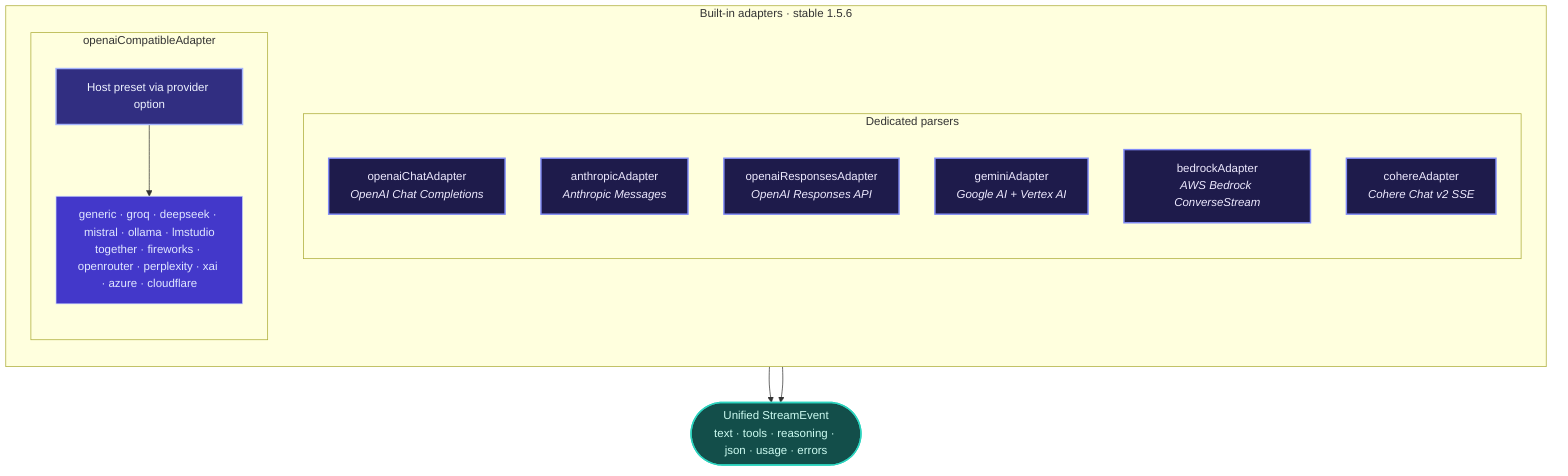
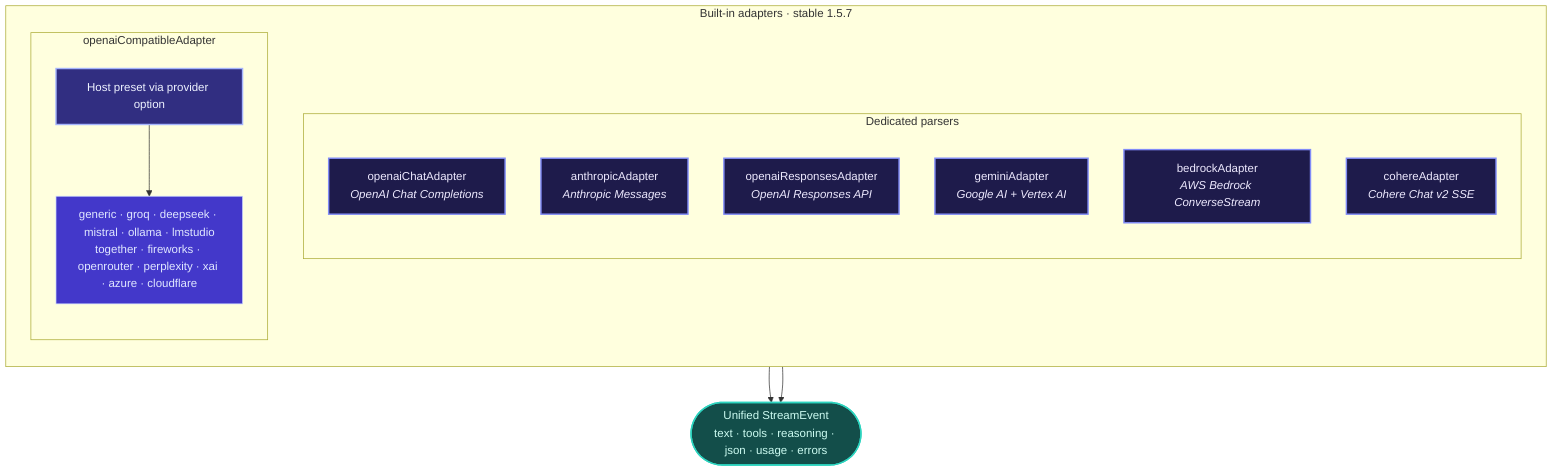
flowchart TB
- 	subgraph BUILTIN["Built-in adapters · stable 1.5.6"]
+ 	subgraph BUILTIN["Built-in adapters · stable 1.5.7"]
		direction TB

		subgraph DEDICATED["Dedicated parsers"]
			direction TB
			AC["openaiChatAdapter<br/><i>OpenAI Chat Completions</i>"]
			AA["anthropicAdapter<br/><i>Anthropic Messages</i>"]
			AR["openaiResponsesAdapter<br/><i>OpenAI Responses API</i>"]
			AG["geminiAdapter<br/><i>Google AI + Vertex AI</i>"]
			AB["bedrockAdapter<br/><i>AWS Bedrock ConverseStream</i>"]
			ACO["cohereAdapter<br/><i>Cohere Chat v2 SSE</i>"]
		end

		subgraph COMPAT["openaiCompatibleAdapter"]
			direction TB
			AO["Host preset via provider option"]
			PRESETS["generic · groq · deepseek · mistral · ollama · lmstudio<br/>together · fireworks · openrouter · perplexity · xai · azure · cloudflare"]
			AO --> PRESETS
		end
	end

	UNIFIED(["Unified StreamEvent<br/>text · tools · reasoning · json · usage · errors"])

	DEDICATED --> UNIFIED
	COMPAT --> UNIFIED

	classDef dedicated fill:#1e1b4b,stroke:#818cf8,stroke-width:2px,color:#ede9fe
	classDef compat fill:#312e81,stroke:#a5b4fc,stroke-width:2px,color:#eef2ff
	classDef presets fill:#4338ca,stroke:#c7d2fe,stroke-width:1px,color:#e0e7ff
	classDef out fill:#134e4a,stroke:#2dd4bf,stroke-width:2px,color:#ccfbf1

	class AC,AA,AR,AG,AB,ACO dedicated
	class AO compat
	class PRESETS presets
	class UNIFIED out
